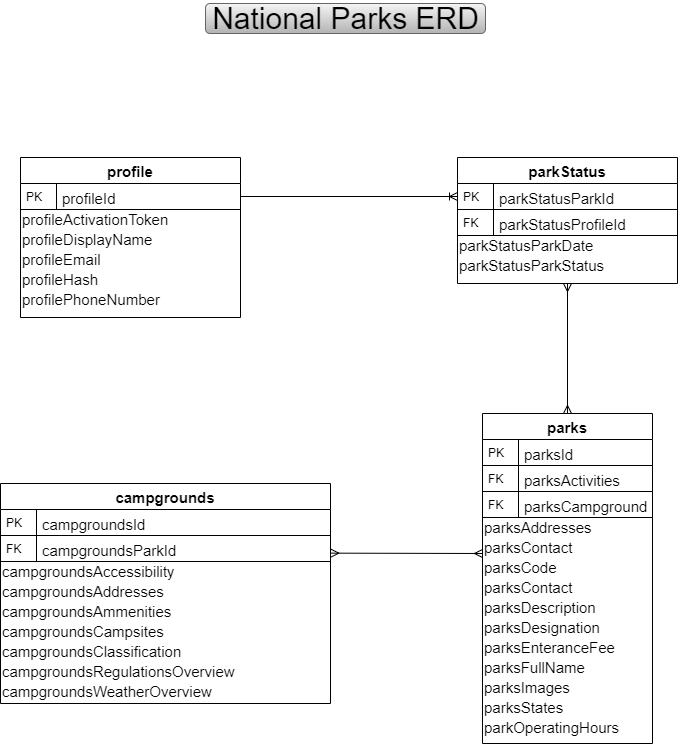
Before: img/npErd.png, a diagram exported from draw.io (national-parks/capstone-national-parks). Source tidied: cells renumbered, new cells last; positions are measured from the earlier drawing's top-left corner, leaving out a move shared by most shapes.
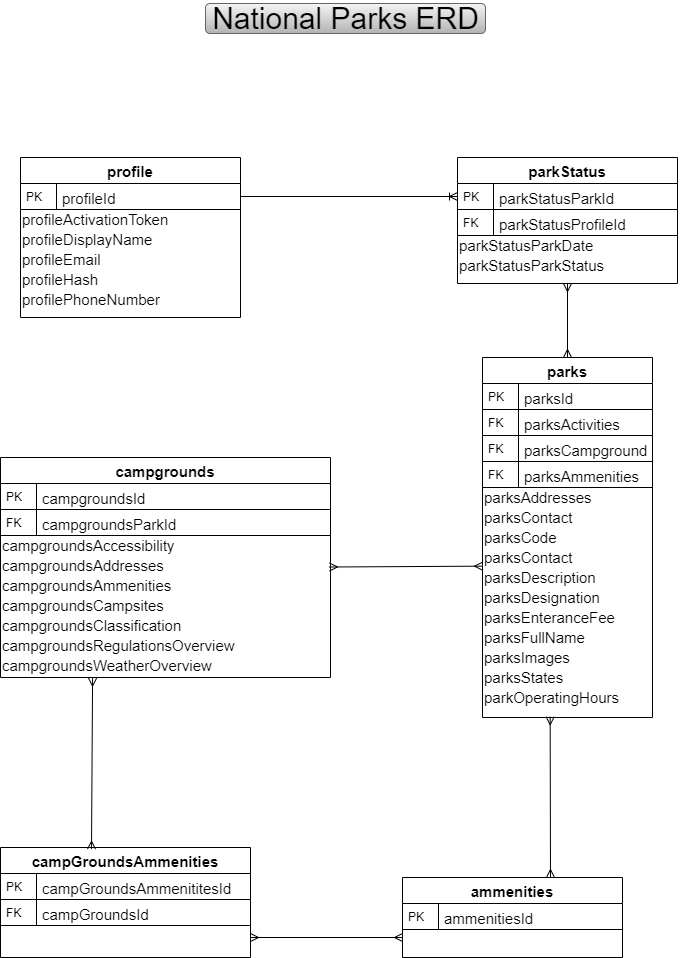
The same file after the commit.

Diff of the diagram source:
```diff
@@ -26,9 +26,10 @@
     <mxCell id="9" style="fontSize=12;html=1;endArrow=ERoneToMany;verticalAlign=middle;align=center;entryX=0;entryY=0.5;entryDx=0;entryDy=0;exitX=1;exitY=0.5;exitDx=0;exitDy=0;" parent="1" edge="1" source="13" target="3">
       <mxGeometry relative="1" as="geometry" />
     </mxCell>
-    <mxCell id="10" style="fontSize=12;html=1;endArrow=ERmany;verticalAlign=middle;align=center;entryX=1.001;entryY=0.679;entryDx=0;entryDy=0;entryPerimeter=0;startArrow=ERmany;startFill=0;endFill=0;" parent="1" edge="1" target="23">
+    <mxCell id="10" style="fontSize=12;html=1;endArrow=ERmany;verticalAlign=middle;align=center;startArrow=ERmany;startFill=0;endFill=0;exitX=0.006;exitY=0.133;exitDx=0;exitDy=0;exitPerimeter=0;" parent="1" edge="1">
       <mxGeometry relative="1" as="geometry">
-        <mxPoint x="482" y="550" as="sourcePoint" />
+        <mxPoint x="482" y="562.7" as="sourcePoint" />
+        <mxPoint x="329" y="563.5" as="targetPoint" />
       </mxGeometry>
     </mxCell>
     <mxCell id="11" value="&lt;font style=&quot;font-size: 30px&quot;&gt;National Parks ERD&lt;/font&gt;" style="text;html=1;align=center;verticalAlign=middle;fontSize=15;fillColor=#f5f5f5;gradientColor=#b3b3b3;strokeColor=#666666;rounded=1;" parent="1" vertex="1">
@@ -58,8 +59,11 @@
     <mxCell id="19" value="&lt;span style=&quot;font-family: , &amp;quot;applelogo&amp;quot; , sans-serif ; font-size: 15.04px ; background-color: rgb(255 , 255 , 255)&quot;&gt;profilePhoneNumber&lt;/span&gt;" style="text;html=1;align=left;verticalAlign=middle;" parent="12" vertex="1">
       <mxGeometry y="132" width="220" height="20" as="geometry" />
     </mxCell>
+    <mxCell id="50" style="fontSize=12;html=1;endArrow=ERmany;verticalAlign=middle;align=center;entryX=0.5;entryY=0;entryDx=0;entryDy=0;startArrow=ERmany;startFill=0;endFill=0;exitX=0.5;exitY=1;exitDx=0;exitDy=0;" parent="1" edge="1" source="2" target="32">
+      <mxGeometry relative="1" as="geometry" />
+    </mxCell>
     <mxCell id="20" value="campgrounds" style="swimlane;fontStyle=1;horizontal=1;startSize=26;rounded=0;shadow=0;strokeWidth=1;fontSize=15;" parent="1" vertex="1">
-      <mxGeometry y="480" width="330" height="220" as="geometry" />
+      <mxGeometry y="454" width="330" height="220" as="geometry" />
     </mxCell>
     <mxCell id="21" value="campgroundsId" style="shape=partialRectangle;top=0;left=0;right=0;bottom=1;align=left;verticalAlign=top;fillColor=none;spacingLeft=40;spacingRight=4;overflow=hidden;rounded=0;shadow=0;strokeWidth=1;fontStyle=0;fontSize=15;" parent="20" vertex="1">
       <mxGeometry y="26" width="330" height="26" as="geometry" />
@@ -95,7 +99,7 @@
       <mxGeometry y="198" width="330" height="20" as="geometry" />
     </mxCell>
     <mxCell id="32" value="parks" style="swimlane;fontStyle=1;horizontal=1;startSize=26;rounded=0;shadow=0;strokeWidth=1;fontSize=15;" parent="1" vertex="1">
-      <mxGeometry x="482" y="410" width="170" height="330" as="geometry" />
+      <mxGeometry x="482" y="354" width="170" height="360" as="geometry" />
     </mxCell>
     <mxCell id="33" value="parksId " style="shape=partialRectangle;top=0;left=0;right=0;bottom=1;align=left;verticalAlign=top;fillColor=none;spacingLeft=40;spacingRight=4;overflow=hidden;rounded=0;shadow=0;strokeWidth=1;fontStyle=0;fontSize=15;" parent="32" vertex="1">
       <mxGeometry y="26" width="170" height="26" as="geometry" />
@@ -115,41 +119,82 @@
     <mxCell id="38" value="FK" style="shape=partialRectangle;top=0;left=0;bottom=0;fillColor=none;align=left;verticalAlign=top;spacingLeft=4;spacingRight=4;overflow=hidden;" parent="37" vertex="1">
       <mxGeometry width="36" height="26" as="geometry" />
     </mxCell>
+    <mxCell id="51" value="parksAmmenities" style="shape=partialRectangle;top=0;left=0;right=0;bottom=1;align=left;verticalAlign=top;fillColor=none;spacingLeft=40;spacingRight=4;overflow=hidden;rounded=0;shadow=0;strokeWidth=1;fontStyle=0;fontSize=15;" parent="32" vertex="1">
+      <mxGeometry y="104" width="170" height="26" as="geometry" />
+    </mxCell>
+    <mxCell id="52" value="FK" style="shape=partialRectangle;top=0;left=0;bottom=0;fillColor=none;align=left;verticalAlign=top;spacingLeft=4;spacingRight=4;overflow=hidden;" parent="51" vertex="1">
+      <mxGeometry width="36" height="26" as="geometry" />
+    </mxCell>
     <mxCell id="39" value="parksAddresses" style="text;html=1;align=left;verticalAlign=middle;fontSize=15;" parent="32" vertex="1">
-      <mxGeometry y="104" width="170" height="20" as="geometry" />
+      <mxGeometry y="130" width="170" height="20" as="geometry" />
     </mxCell>
     <mxCell id="40" value="parksContact" style="text;html=1;align=left;verticalAlign=middle;fontSize=15;" parent="32" vertex="1">
-      <mxGeometry y="124" width="170" height="20" as="geometry" />
+      <mxGeometry y="150" width="170" height="20" as="geometry" />
     </mxCell>
     <mxCell id="41" value="parksCode" style="text;html=1;align=left;verticalAlign=middle;fontSize=15;" parent="32" vertex="1">
-      <mxGeometry y="144" width="170" height="20" as="geometry" />
+      <mxGeometry y="170" width="170" height="20" as="geometry" />
     </mxCell>
     <mxCell id="42" value="parksContact" style="text;html=1;align=left;verticalAlign=middle;fontSize=15;" parent="32" vertex="1">
-      <mxGeometry y="164" width="170" height="20" as="geometry" />
+      <mxGeometry y="190" width="170" height="20" as="geometry" />
     </mxCell>
     <mxCell id="43" value="parksDescription" style="text;html=1;align=left;verticalAlign=middle;fontSize=15;" parent="32" vertex="1">
-      <mxGeometry y="184" width="170" height="20" as="geometry" />
+      <mxGeometry y="210" width="170" height="20" as="geometry" />
     </mxCell>
     <mxCell id="44" value="parksDesignation" style="text;html=1;align=left;verticalAlign=middle;fontSize=15;" parent="32" vertex="1">
-      <mxGeometry y="204" width="170" height="20" as="geometry" />
+      <mxGeometry y="230" width="170" height="20" as="geometry" />
     </mxCell>
     <mxCell id="45" value="parksEnteranceFee" style="text;html=1;align=left;verticalAlign=middle;fontSize=15;" parent="32" vertex="1">
-      <mxGeometry y="224" width="170" height="20" as="geometry" />
+      <mxGeometry y="250" width="170" height="20" as="geometry" />
     </mxCell>
     <mxCell id="46" value="parksFullName" style="text;html=1;align=left;verticalAlign=middle;fontSize=15;" parent="32" vertex="1">
-      <mxGeometry y="244" width="170" height="20" as="geometry" />
+      <mxGeometry y="270" width="170" height="20" as="geometry" />
     </mxCell>
     <mxCell id="47" value="parksImages" style="text;html=1;align=left;verticalAlign=middle;fontSize=15;" parent="32" vertex="1">
-      <mxGeometry y="264" width="170" height="20" as="geometry" />
+      <mxGeometry y="290" width="170" height="20" as="geometry" />
     </mxCell>
     <mxCell id="48" value="parksStates" style="text;html=1;align=left;verticalAlign=middle;fontSize=15;" parent="32" vertex="1">
-      <mxGeometry y="284" width="170" height="20" as="geometry" />
+      <mxGeometry y="310" width="170" height="20" as="geometry" />
     </mxCell>
     <mxCell id="49" value="parkOperatingHours" style="text;html=1;align=left;verticalAlign=middle;points=[];fontSize=15;" parent="32" vertex="1">
-      <mxGeometry y="304" width="170" height="20" as="geometry" />
+      <mxGeometry y="330" width="170" height="20" as="geometry" />
     </mxCell>
-    <mxCell id="50" style="fontSize=12;html=1;endArrow=ERmany;verticalAlign=middle;align=center;entryX=0.5;entryY=0;entryDx=0;entryDy=0;startArrow=ERmany;startFill=0;endFill=0;exitX=0.5;exitY=1;exitDx=0;exitDy=0;" parent="1" edge="1" source="2" target="32">
-      <mxGeometry relative="1" as="geometry" />
-    </mxCell>
+    <mxCell id="53" value="campGroundsAmmenities" style="swimlane;fontStyle=1;horizontal=1;startSize=26;rounded=0;shadow=0;strokeWidth=1;fontSize=15;" parent="1" vertex="1">
+      <mxGeometry y="844" width="250" height="110" as="geometry" />
+    </mxCell>
+    <mxCell id="54" value="campGroundsAmmenititesId" style="shape=partialRectangle;top=0;left=0;right=0;bottom=1;align=left;verticalAlign=top;fillColor=none;spacingLeft=40;spacingRight=4;overflow=hidden;rounded=0;shadow=0;strokeWidth=1;fontStyle=0;fontSize=15;" parent="53" vertex="1">
+      <mxGeometry y="26" width="250" height="26" as="geometry" />
+    </mxCell>
+    <mxCell id="55" value="PK" style="shape=partialRectangle;top=0;left=0;bottom=0;fillColor=none;align=left;verticalAlign=top;spacingLeft=4;spacingRight=4;overflow=hidden;" parent="54" vertex="1">
+      <mxGeometry width="36" height="26" as="geometry" />
+    </mxCell>
+    <mxCell id="56" value="campGroundsId" style="shape=partialRectangle;top=0;left=0;right=0;bottom=1;align=left;verticalAlign=top;fillColor=none;spacingLeft=40;spacingRight=4;overflow=hidden;rounded=0;shadow=0;strokeWidth=1;fontStyle=0;fontSize=15;" parent="53" vertex="1">
+      <mxGeometry y="52" width="250" height="26" as="geometry" />
+    </mxCell>
+    <mxCell id="57" value="FK" style="shape=partialRectangle;top=0;left=0;bottom=0;fillColor=none;align=left;verticalAlign=top;spacingLeft=4;spacingRight=4;overflow=hidden;" parent="56" vertex="1">
+      <mxGeometry width="36" height="26" as="geometry" />
+    </mxCell>
+    <mxCell id="58" value="ammenities" style="swimlane;fontStyle=1;horizontal=1;startSize=26;rounded=0;shadow=0;strokeWidth=1;fontSize=15;" parent="1" vertex="1">
+      <mxGeometry x="402" y="874" width="220" height="80" as="geometry" />
+    </mxCell>
+    <mxCell id="59" value="ammenitiesId" style="shape=partialRectangle;top=0;left=0;right=0;bottom=1;align=left;verticalAlign=top;fillColor=none;spacingLeft=40;spacingRight=4;overflow=hidden;rounded=0;shadow=0;strokeWidth=1;fontStyle=0;fontSize=15;" parent="58" vertex="1">
+      <mxGeometry y="26" width="220" height="26" as="geometry" />
+    </mxCell>
+    <mxCell id="60" value="PK" style="shape=partialRectangle;top=0;left=0;bottom=0;fillColor=none;align=left;verticalAlign=top;spacingLeft=4;spacingRight=4;overflow=hidden;" parent="59" vertex="1">
+      <mxGeometry width="36" height="26" as="geometry" />
+    </mxCell>
+    <mxCell id="61" style="fontSize=12;html=1;endArrow=ERmany;verticalAlign=middle;align=center;entryX=0.279;entryY=1.133;entryDx=0;entryDy=0;entryPerimeter=0;startArrow=ERmany;startFill=0;endFill=0;exitX=0.364;exitY=0.015;exitDx=0;exitDy=0;exitPerimeter=0;" parent="1" edge="1" source="53" target="31">
+      <mxGeometry relative="1" as="geometry" />
+    </mxCell>
+    <mxCell id="62" style="fontSize=12;html=1;endArrow=ERmany;verticalAlign=middle;align=center;entryX=1.001;entryY=0.679;entryDx=0;entryDy=0;entryPerimeter=0;startArrow=ERmany;startFill=0;endFill=0;exitX=0.002;exitY=0.483;exitDx=0;exitDy=0;exitPerimeter=0;" parent="1" edge="1">
+      <mxGeometry relative="1" as="geometry">
+        <mxPoint x="402" y="934" as="sourcePoint" />
+        <mxPoint x="250" y="934" as="targetPoint" />
+      </mxGeometry>
+    </mxCell>
+    <mxCell id="63" style="fontSize=12;html=1;endArrow=ERmany;verticalAlign=middle;align=center;startArrow=ERmany;startFill=0;endFill=0;exitX=0.364;exitY=0.015;exitDx=0;exitDy=0;exitPerimeter=0;entryX=0.398;entryY=1.467;entryDx=0;entryDy=0;entryPerimeter=0;" parent="1" edge="1" target="49">
+      <mxGeometry relative="1" as="geometry">
+        <mxPoint x="550" y="874" as="sourcePoint" />
+      </mxGeometry>
+    </mxCell>
   </root>
 </mxGraphModel>
```
